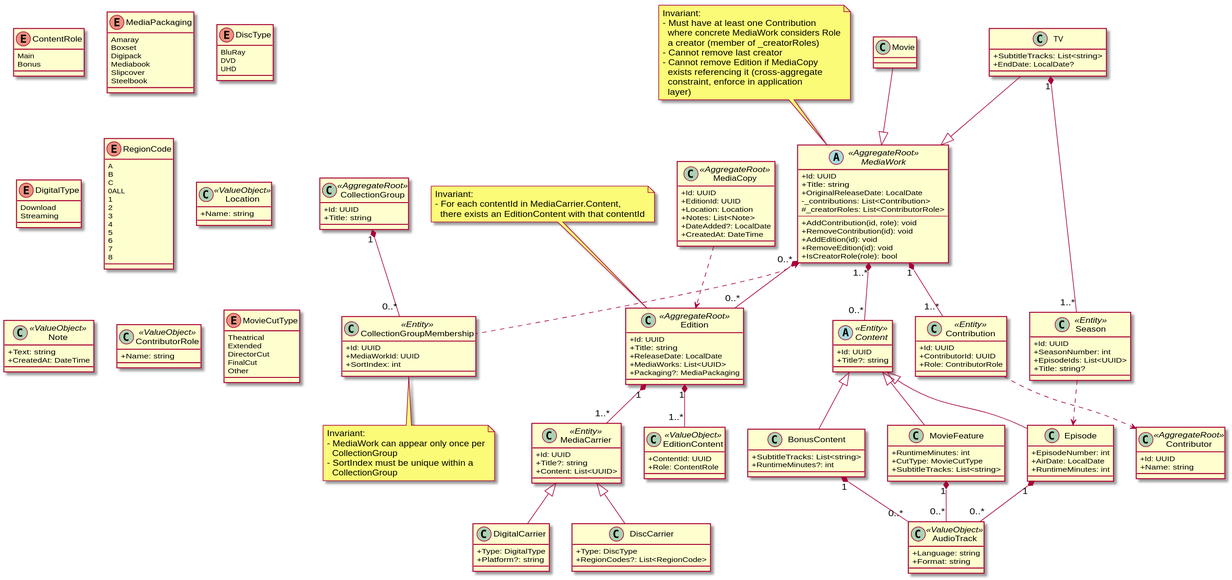
This is docs/diagrams/domain/domain-all.svg from yantue/colleq, a PlantUML export, as it was before one commit.
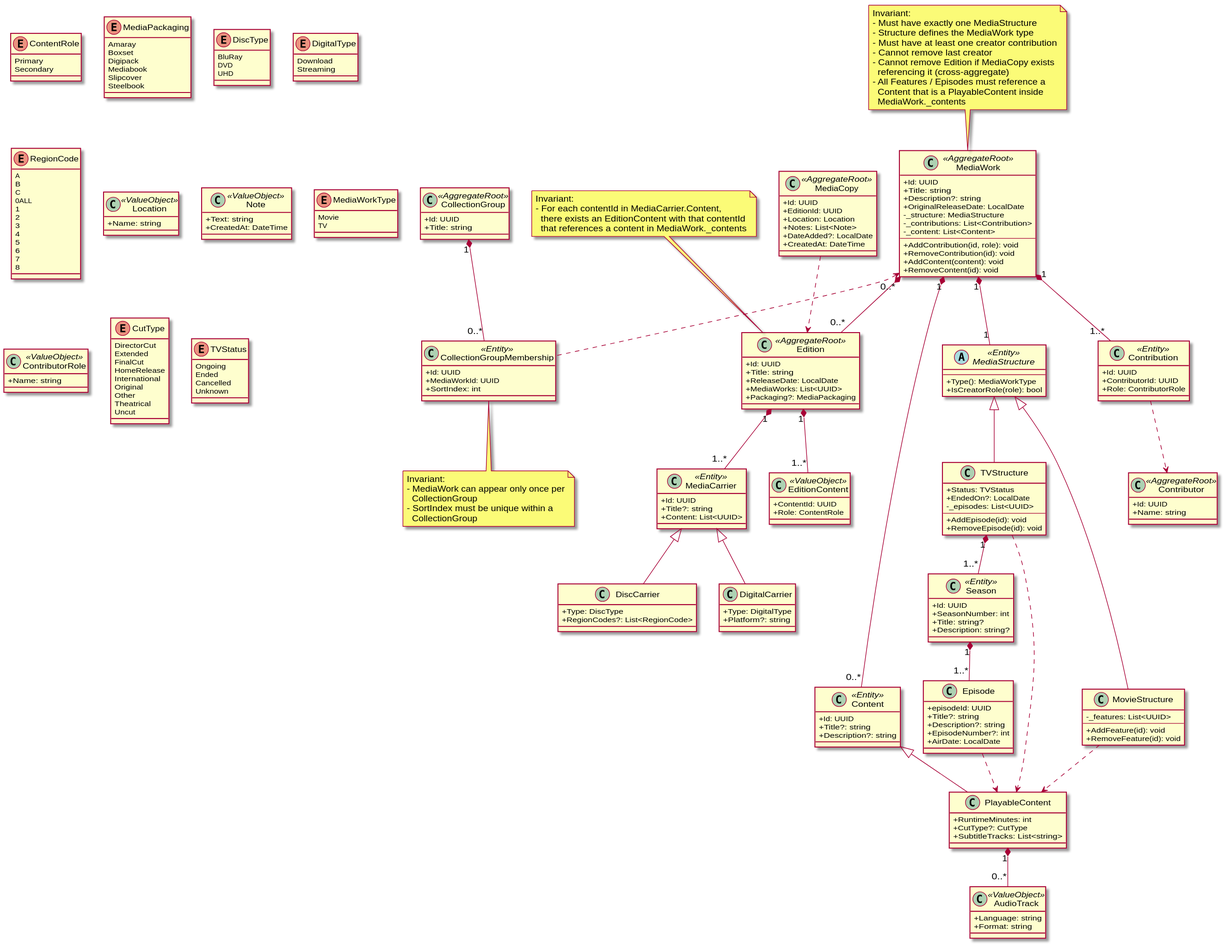
The same diagram one commit later.

Diff of the diagram source:
```diff
@@ -45,6 +45,7 @@
 Invariant:
 - For each contentId in MediaCarrier.Content,
   there exists an EditionContent with that contentId
+  that references a content in MediaWork._contents
 end note
 
 class EditionContent <<ValueObject>> {
@@ -55,8 +56,8 @@
 Edition "1" *-- "1..*" EditionContent
 
 enum ContentRole {
-    Main
-    Bonus
+    Primary
+    Secondary
 }
 
 class MediaCarrier <<Entity>> {
@@ -138,45 +139,46 @@
 
 skinparam classAttributeIconSize 0
 
-abstract class MediaWork <<AggregateRoot>> {
+class MediaWork <<AggregateRoot>> {
     +Id: UUID
     +Title: string
+    +Description?: string
     +OriginalReleaseDate: LocalDate
+    -_structure: MediaStructure
     -_contributions: List<Contribution>
-    #_creatorRoles: List<ContributorRole>
+    -_content: List<Content>
     --
     +AddContribution(id, role): void
     +RemoveContribution(id): void
-    +AddEdition(id): void
-    +RemoveEdition(id): void
-    +IsCreatorRole(role): bool
+    +AddContent(content): void
+    +RemoveContent(id): void
 }
 
 note top of MediaWork
 Invariant:
-- Must have at least one Contribution
-  where concrete MediaWork considers Role
-  a creator (member of _creatorRoles)
+- Must have exactly one MediaStructure
+- Structure defines the MediaWork type
+- Must have at least one creator contribution
 - Cannot remove last creator
-- Cannot remove Edition if MediaCopy
-  exists referencing it (cross-aggregate
-  constraint, enforce in application
-  layer)
+- Cannot remove Edition if MediaCopy exists
+  referencing it (cross-aggregate)
+- All Features / Episodes must reference a
+  Content that is a PlayableContent inside
+  MediaWork._contents
 end note
 
-abstract class Content <<Entity>> {
-    +Id: UUID
-    +Title?: string
+abstract class MediaStructure <<Entity>> {
+    --
+    +Type(): MediaWorkType
+    +IsCreatorRole(role): bool
 }
 
-MediaWork "1..*" *-- "0..*" Content
+MediaWork "1" *-- "1" MediaStructure
 
-class BonusContent {
-    +SubtitleTracks: List<string>
-    +RuntimeMinutes?: int
+enum MediaWorkType {
+    Movie
+    TV
 }
-
-Content <|-- BonusContent
 
 class Contribution <<Entity>> {
     +Id: UUID
@@ -190,59 +192,89 @@
 
 MediaWork "1" *-- "1..*" Contribution
 
-class Movie {}
+class Content <<Entity>> {
+    +Id: UUID
+    +Title?: string
+    +Description?: string
+}
 
-Movie --|> MediaWork
+MediaWork "1" *-- "0..*" Content
 
-class MovieFeature {
+class PlayableContent {
     +RuntimeMinutes: int
-    +CutType: MovieCutType
+    +CutType?: CutType
     +SubtitleTracks: List<string>
 }
 
-enum MovieCutType {
+enum CutType {
+    DirectorCut
+    Extended
+    FinalCut
+    HomeRelease
+    International
+    Original
+    Other
     Theatrical
-    Extended
-    DirectorCut
-    FinalCut
-    Other
+    Uncut
 }
 
-Content <|-- MovieFeature
-
-class TV {
-    +SubtitleTracks: List<string>
-    +EndDate: LocalDate?
-}
-
-TV --|> MediaWork
-
-class Season <<Entity>> {
-    +Id: UUID
-    +SeasonNumber: int
-    +EpisodeIds: List<UUID>
-    +Title: string?
-}
-
-class Episode {
-    +EpisodeNumber: int
-    +AirDate: LocalDate
-    +RuntimeMinutes: int
-}
-
-Content <|-- Episode
-Season ..> Episode
-
-TV "1" *-- "1..*" Season
+Content <|-- PlayableContent
 
 class AudioTrack <<ValueObject>> {
     +Language: string
     +Format: string
 }
 
-MovieFeature "1" *-- "0..*" AudioTrack
-Episode "1" *-- "0..*" AudioTrack
-BonusContent "1" *-- "0..*" AudioTrack
+PlayableContent "1" *-- "0..*" AudioTrack
+
+class MovieStructure {
+    -_features: List<UUID>
+    --
+    +AddFeature(id): void
+    +RemoveFeature(id): void
+}
+
+MediaStructure <|-- MovieStructure
+MovieStructure ..> PlayableContent
+
+class TVStructure {
+    +Status: TVStatus
+    +EndedOn?: LocalDate
+    -_episodes: List<UUID>
+    --
+    +AddEpisode(id): void
+    +RemoveEpisode(id): void
+}
+
+MediaStructure <|-- TVStructure
+TVStructure ..> PlayableContent
+
+enum TVStatus {
+    Ongoing
+    Ended
+    Cancelled
+    Unknown
+}
+
+class Season <<Entity>> {
+    +Id: UUID
+    +SeasonNumber: int
+    +Title: string?
+    +Description: string?
+}
+
+TVStructure "1" *-- "1..*" Season
+
+class Episode {
+    +episodeId: UUID
+    +Title?: string
+    +Description?: string
+    +EpisodeNumber?: int
+    +AirDate: LocalDate
+}
+
+Season "1" *-- "1..*" Episode
+Episode ..> PlayableContent
 
 
 Contribution ..> Contributor
```
